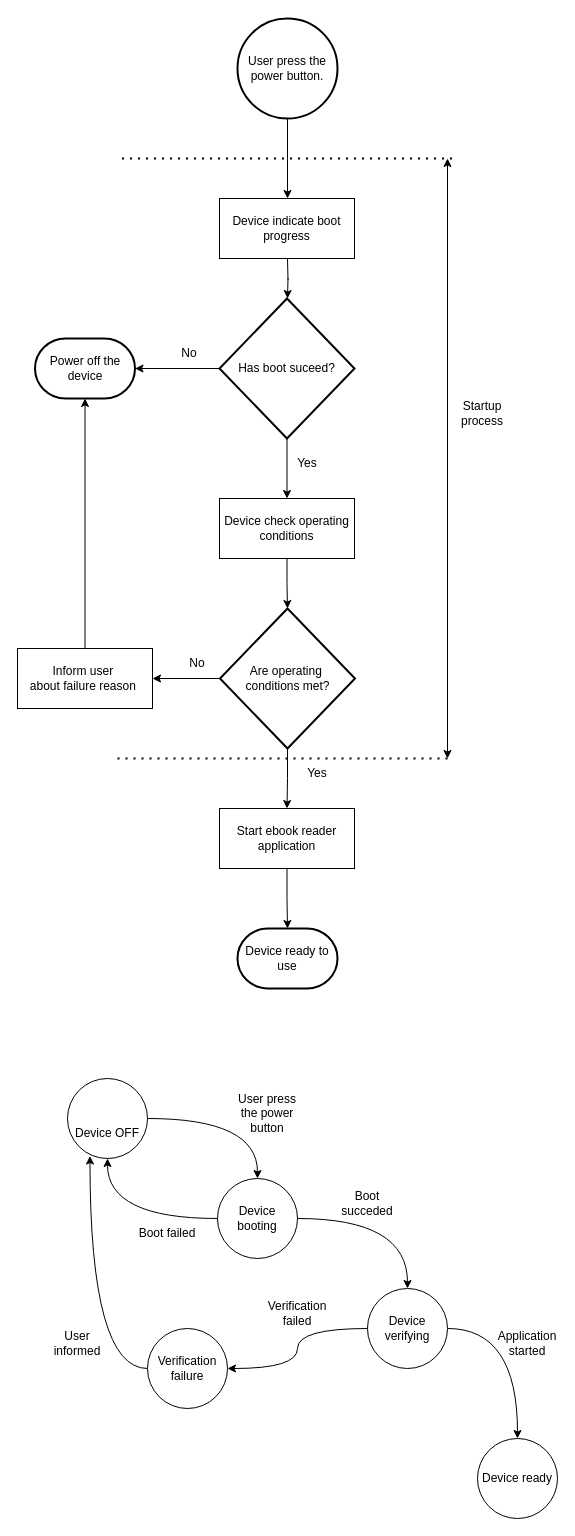
Before: page "UC-001" (1 of 5) of docs/design/assets/01_concept_of_operations.drawio in KubaTaba1uga/open_source_ebook_reader, a draw.io diagram. Source tidied: cells renumbered, new cells numbered last; positions are measured from the earlier drawing's top-left corner, leaving out a move shared by most shapes. Both pictures are drawn from the tidied source at 100%, with x=0, y=0 at pixel (17, 18).
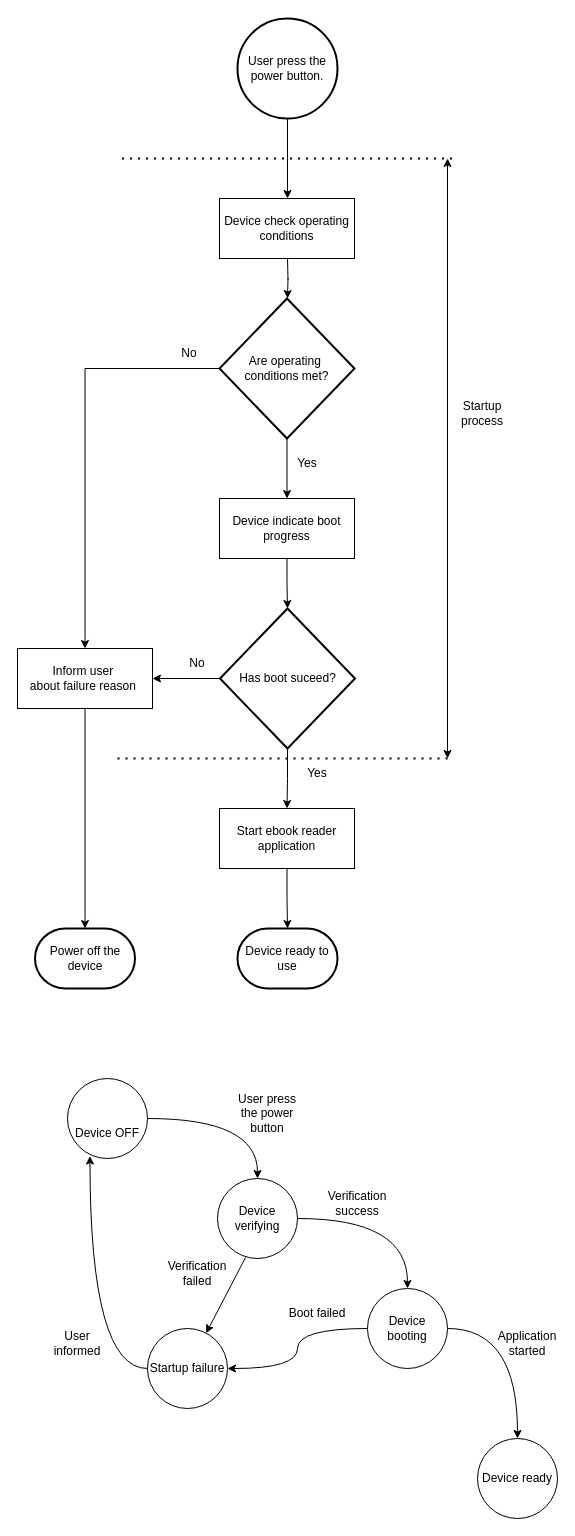
After the change.

The change refers to these unchanged cells:
```xml
<mxCell id="23" value="&lt;div&gt;&lt;br&gt;&lt;/div&gt;&lt;div&gt;&lt;br&gt;&lt;/div&gt;&lt;div&gt;Device OFF&lt;/div&gt;" style="ellipse;whiteSpace=wrap;html=1;shapeInside=1;" parent="1" vertex="1">
  <mxGeometry x="50" y="1060" width="80" height="80" as="geometry" />
</mxCell>
<mxCell id="43" value="Inform user&amp;nbsp;&lt;div&gt;about failure reason&amp;nbsp;&lt;/div&gt;" style="html=1;whiteSpace=wrap;" parent="1" vertex="1">
  <mxGeometry y="630" width="135" height="60" as="geometry" />
</mxCell>
```

Change to the diagram source:
```diff
@@
-    <mxCell id="5" value="Device indicate boot&lt;div&gt;progress&lt;/div&gt;" style="html=1;whiteSpace=wrap;" parent="1" vertex="1">
+    <mxCell id="5" value="Device check operating conditions" style="html=1;whiteSpace=wrap;" parent="1" vertex="1">
       <mxGeometry x="202" y="180" width="135" height="60" as="geometry" />
     </mxCell>
-    <mxCell id="6" style="edgeStyle=orthogonalEdgeStyle;rounded=0;jettySize=auto;html=1;" parent="1" edge="1" source="8" target="9">
+    <mxCell id="6" style="edgeStyle=orthogonalEdgeStyle;rounded=0;jettySize=auto;html=1;entryX=0.5;entryY=0;entryDx=0;entryDy=0;" parent="1" edge="1" source="8" target="43">
       <mxGeometry relative="1" as="geometry" />
     </mxCell>
@@
-    <mxCell id="8" value="Has boot suceed?" style="strokeWidth=2;html=1;shape=mxgraph.flowchart.decision;whiteSpace=wrap;" parent="1" vertex="1">
+    <mxCell id="8" value="Are operating&amp;nbsp;&lt;div&gt;conditions met?&lt;/div&gt;" style="strokeWidth=2;html=1;shape=mxgraph.flowchart.decision;whiteSpace=wrap;" parent="1" vertex="1">
       <mxGeometry x="202" y="280" width="135" height="140" as="geometry" />
     </mxCell>
-    <mxCell id="9" value="Power off the device" style="strokeWidth=2;html=1;shape=mxgraph.flowchart.terminator;whiteSpace=wrap;" parent="1" vertex="1">
-      <mxGeometry x="17.5" y="320" width="100" height="60" as="geometry" />
-    </mxCell>
@@
-    <mxCell id="11" value="Device check operating conditions" style="html=1;whiteSpace=wrap;" parent="1" vertex="1">
+    <mxCell id="11" value="Device indicate boot&lt;div&gt;progress&lt;/div&gt;" style="html=1;whiteSpace=wrap;" parent="1" vertex="1">
       <mxGeometry x="202" y="480" width="135" height="60" as="geometry" />
     </mxCell>
@@
-    <mxCell id="16" value="Are operating&amp;nbsp;&lt;div&gt;conditions met?&lt;/div&gt;" style="strokeWidth=2;html=1;shape=mxgraph.flowchart.decision;whiteSpace=wrap;" parent="1" vertex="1">
+    <mxCell id="16" value="Has boot suceed?" style="strokeWidth=2;html=1;shape=mxgraph.flowchart.decision;whiteSpace=wrap;" parent="1" vertex="1">
       <mxGeometry x="202.5" y="590" width="135" height="140" as="geometry" />
     </mxCell>
@@
-    <mxCell id="24" style="edgeStyle=orthogonalEdgeStyle;rounded=0;jettySize=auto;html=1;entryX=0.5;entryY=1;entryDx=0;entryDy=0;curved=1;" parent="1" edge="1" source="26" target="23">
-      <mxGeometry relative="1" as="geometry" />
-    </mxCell>
@@
-    <mxCell id="26" value="Device booting" style="ellipse;whiteSpace=wrap;html=1;shapeInside=1;" parent="1" vertex="1">
+    <mxCell id="26" value="Device verifying" style="ellipse;whiteSpace=wrap;html=1;shapeInside=1;" parent="1" vertex="1">
       <mxGeometry x="200" y="1160" width="80" height="80" as="geometry" />
     </mxCell>
@@
-    <mxCell id="29" value="Device verifying" style="ellipse;whiteSpace=wrap;html=1;shapeInside=1;" parent="1" vertex="1">
+    <mxCell id="29" value="&lt;span style=&quot;background-color: transparent; color: light-dark(rgb(0, 0, 0), rgb(255, 255, 255));&quot;&gt;Device booting&lt;/span&gt;" style="ellipse;whiteSpace=wrap;html=1;shapeInside=1;" parent="1" vertex="1">
       <mxGeometry x="350" y="1270" width="80" height="80" as="geometry" />
     </mxCell>
     <mxCell id="30" value="Boot failed" style="text;html=1;whiteSpace=wrap;strokeColor=none;fillColor=none;align=center;verticalAlign=middle;rounded=0;" parent="1" vertex="1">
-      <mxGeometry x="120" y="1200" width="60" height="30" as="geometry" />
+      <mxGeometry x="270" y="1280" width="60" height="30" as="geometry" />
     </mxCell>
@@
-    <mxCell id="33" value="Verification failure" style="ellipse;whiteSpace=wrap;html=1;shapeInside=1;" parent="1" vertex="1">
+    <mxCell id="33" value="Startup failure" style="ellipse;whiteSpace=wrap;html=1;shapeInside=1;" parent="1" vertex="1">
       <mxGeometry x="130" y="1310" width="80" height="80" as="geometry" />
     </mxCell>
-    <mxCell id="34" value="Boot succeded" style="text;html=1;whiteSpace=wrap;strokeColor=none;fillColor=none;align=center;verticalAlign=middle;rounded=0;" parent="1" vertex="1">
-      <mxGeometry x="320" y="1170" width="60" height="30" as="geometry" />
-    </mxCell>
     <mxCell id="35" value="Verification failed" style="text;html=1;whiteSpace=wrap;strokeColor=none;fillColor=none;align=center;verticalAlign=middle;rounded=0;" parent="1" vertex="1">
-      <mxGeometry x="250" y="1280" width="60" height="30" as="geometry" />
+      <mxGeometry x="150" y="1240" width="60" height="30" as="geometry" />
     </mxCell>
@@
-    <mxCell id="42" style="edgeStyle=orthogonalEdgeStyle;rounded=0;jettySize=auto;html=1;entryX=0.5;entryY=1;entryDx=0;entryDy=0;entryPerimeter=0;" parent="1" edge="1" source="43" target="9">
+    <mxCell id="42" style="edgeStyle=orthogonalEdgeStyle;rounded=0;jettySize=auto;html=1;entryX=0.5;entryY=0;entryDx=0;entryDy=0;entryPerimeter=0;" parent="1" edge="1" source="43" target="9">
       <mxGeometry relative="1" as="geometry" />
     </mxCell>
@@
+    <mxCell id="9" value="Power off the device" style="strokeWidth=2;html=1;shape=mxgraph.flowchart.terminator;whiteSpace=wrap;" parent="1" vertex="1">
+      <mxGeometry x="17.5" y="910" width="100" height="60" as="geometry" />
+    </mxCell>
+    <mxCell id="45" style="endArrow=classic;html=1;rounded=0;exitX=0.35;exitY=0.988;exitDx=0;exitDy=0;exitPerimeter=0;" parent="1" edge="1" source="26" target="33">
+      <mxGeometry relative="1" as="geometry" />
+    </mxCell>
+    <mxCell id="46" value="Verification success" style="text;html=1;whiteSpace=wrap;strokeColor=none;fillColor=none;align=center;verticalAlign=middle;rounded=0;" parent="1" vertex="1">
+      <mxGeometry x="310" y="1170" width="60" height="30" as="geometry" />
+    </mxCell>
```
